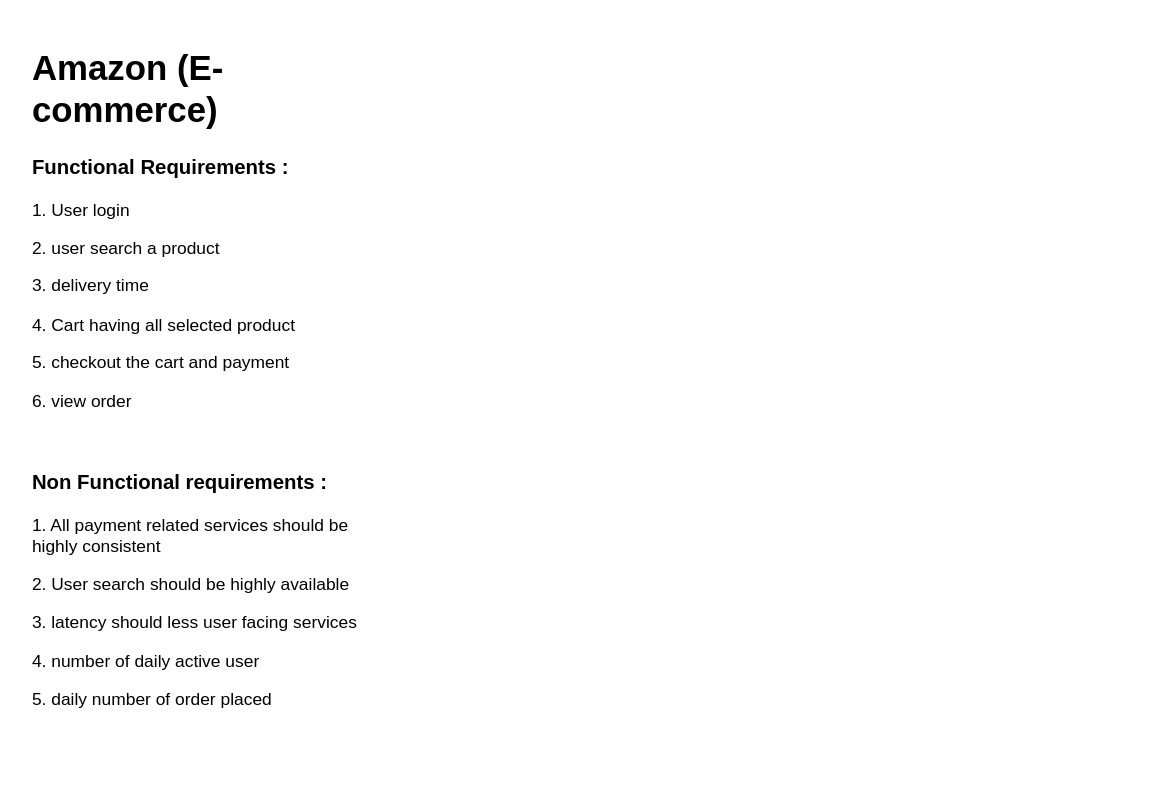
Earlier version of the draw.io diagram leetcodeproblem/Untitled Diagram.drawio (nil186007/datastructure-algorithm). Source tidied: cells renumbered, new cells numbered last; positions are measured from the earlier drawing's top-left corner, leaving out a move shared by most shapes. Both pictures are drawn from the tidied source at 145%, with x=0, y=0 at pixel (25, 39).
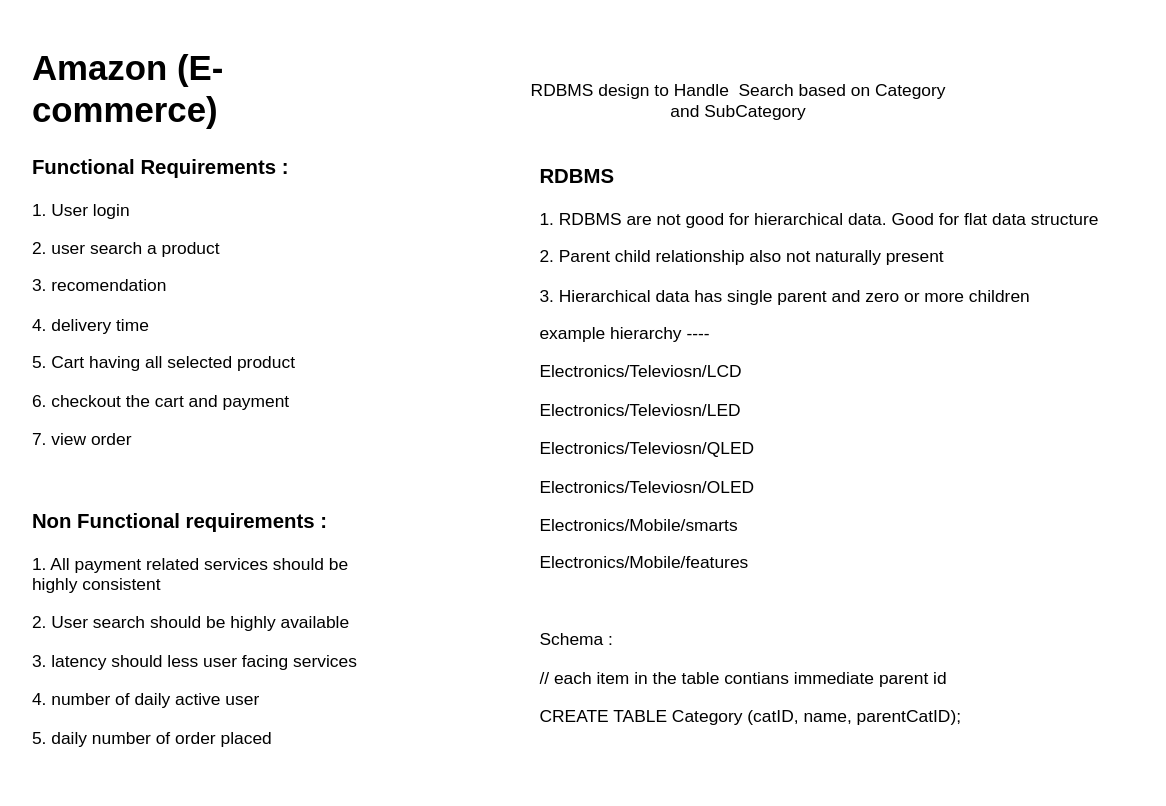
After the change.

Change to the diagram source:
```diff
@@
 <mxGraphModel>
   <root>
     <mxCell id="0" />
     <mxCell id="1" parent="0" />
-    <mxCell id="2" value="&lt;h1&gt;Amazon (E-commerce)&lt;/h1&gt;&lt;h3&gt;Functional Requirements :&amp;nbsp;&lt;/h3&gt;&lt;p&gt;1. User login&lt;/p&gt;&lt;p&gt;2. user search a product&lt;/p&gt;&lt;p&gt;3. delivery time&lt;/p&gt;&lt;p&gt;4. Cart having all selected product&lt;/p&gt;&lt;p&gt;5. checkout the cart and payment&lt;/p&gt;&lt;p&gt;6. view order&lt;/p&gt;&lt;p&gt;&lt;br&gt;&lt;/p&gt;&lt;h3&gt;Non Functional requirements :&lt;/h3&gt;&lt;p&gt;1. All payment related services should be highly consistent&lt;/p&gt;&lt;p&gt;2. User search should be highly available&lt;/p&gt;&lt;p&gt;3. latency should less user facing services&lt;/p&gt;&lt;p&gt;4. number of daily active user&lt;/p&gt;&lt;p&gt;5. daily number of order placed&amp;nbsp;&lt;/p&gt;" style="text;html=1;strokeColor=none;fillColor=none;spacing=5;spacingTop=-20;whiteSpace=wrap;overflow=hidden;rounded=0;" parent="1" vertex="1">
+    <mxCell id="2" value="&lt;h1&gt;Amazon (E-commerce)&lt;/h1&gt;&lt;h3&gt;Functional Requirements :&amp;nbsp;&lt;/h3&gt;&lt;p&gt;1. User login&lt;/p&gt;&lt;p&gt;2. user search a product&lt;/p&gt;&lt;p&gt;3. recomendation&amp;nbsp;&lt;/p&gt;&lt;p&gt;4. delivery time&lt;/p&gt;&lt;p&gt;5. Cart having all selected product&lt;/p&gt;&lt;p&gt;6. checkout the cart and payment&lt;/p&gt;&lt;p&gt;7. view order&lt;/p&gt;&lt;p&gt;&lt;br&gt;&lt;/p&gt;&lt;h3&gt;Non Functional requirements :&lt;/h3&gt;&lt;p&gt;1. All payment related services should be highly consistent&lt;/p&gt;&lt;p&gt;2. User search should be highly available&lt;/p&gt;&lt;p&gt;3. latency should less user facing services&lt;/p&gt;&lt;p&gt;4. number of daily active user&lt;/p&gt;&lt;p&gt;5. daily number of order placed&amp;nbsp;&lt;/p&gt;" style="text;html=1;strokeColor=none;fillColor=none;spacing=5;spacingTop=-20;whiteSpace=wrap;overflow=hidden;rounded=0;" parent="1" vertex="1">
       <mxGeometry width="260" height="492" as="geometry" />
     </mxCell>
+    <mxCell id="3" value="RDBMS design to Handle &amp;nbsp;Search based on Category and SubCategory" style="text;html=1;strokeColor=none;fillColor=none;align=center;verticalAlign=middle;whiteSpace=wrap;rounded=0;" parent="1" vertex="1">
+      <mxGeometry x="344" y="22" width="296" height="40" as="geometry" />
+    </mxCell>
+    <mxCell id="4" value="&lt;h3&gt;RDBMS&lt;/h3&gt;&lt;p&gt;1. RDBMS are not good for hierarchical data. Good for flat data structure&lt;/p&gt;&lt;p&gt;2. Parent child relationship also not naturally present&amp;nbsp;&lt;/p&gt;&lt;p&gt;3. Hierarchical data has single parent and zero or more children&lt;/p&gt;&lt;p&gt;example hierarchy ----&lt;/p&gt;&lt;p&gt;&lt;span style=&quot;&quot;&gt; Electronics/Televiosn/LCD&lt;/span&gt;&lt;br&gt;&lt;/p&gt;&lt;p&gt;&lt;span style=&quot;&quot;&gt;Electronics/Televiosn/LED&lt;/span&gt;&lt;span style=&quot;&quot;&gt;&lt;br&gt;&lt;/span&gt;&lt;/p&gt;&lt;p&gt;&lt;span style=&quot;&quot;&gt;Electronics/Televiosn/QLED&lt;/span&gt;&lt;span style=&quot;&quot;&gt;&lt;br&gt;&lt;/span&gt;&lt;/p&gt;&lt;p&gt;Electronics/Televiosn/OLED&lt;span style=&quot;&quot;&gt;&lt;br&gt;&lt;/span&gt;&lt;/p&gt;&lt;p&gt;Electronics/Mobile/smarts&lt;/p&gt;&lt;p&gt;Electronics/Mobile/features&lt;/p&gt;&lt;p&gt;&lt;br&gt;&lt;/p&gt;&lt;p&gt;Schema :&amp;nbsp;&lt;/p&gt;&lt;p&gt;// each item in the table contians immediate parent id&lt;/p&gt;&lt;p&gt;CREATE TABLE Category (catID, name, parentCatID);&lt;/p&gt;&lt;p&gt;&lt;br&gt;&lt;/p&gt;&lt;p&gt;&lt;br&gt;&lt;/p&gt;&lt;p&gt;&lt;span style=&quot;&quot;&gt;&lt;br&gt;&lt;/span&gt;&lt;/p&gt;&lt;p&gt;&lt;span style=&quot;&quot;&gt;&lt;br&gt;&lt;/span&gt;&lt;/p&gt;" style="text;html=1;strokeColor=none;fillColor=none;spacing=5;spacingTop=-20;whiteSpace=wrap;overflow=hidden;rounded=0;" parent="1" vertex="1">
+      <mxGeometry x="350" y="82" width="420" height="430" as="geometry" />
+    </mxCell>
   </root>
 </mxGraphModel>
```
